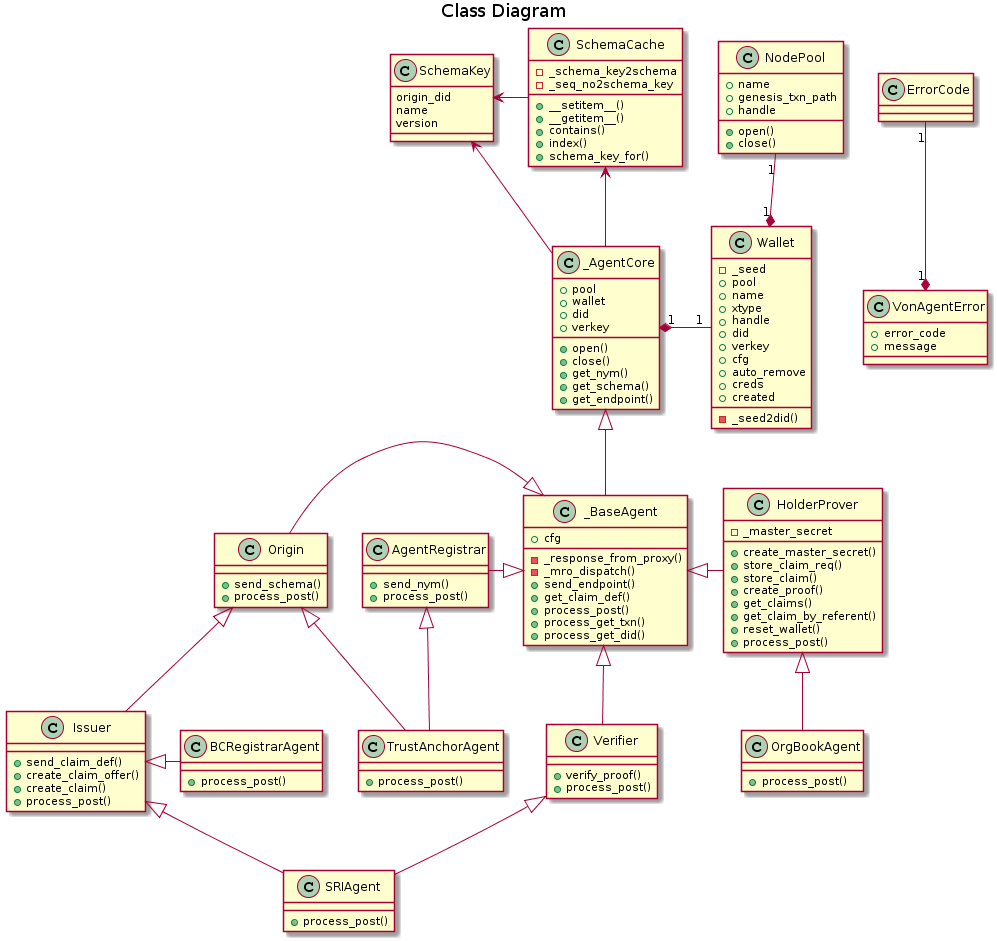
Earlier version of the PlantUML export doc/pic/class.png (PSPC-SPAC-buyandsell/von_base).
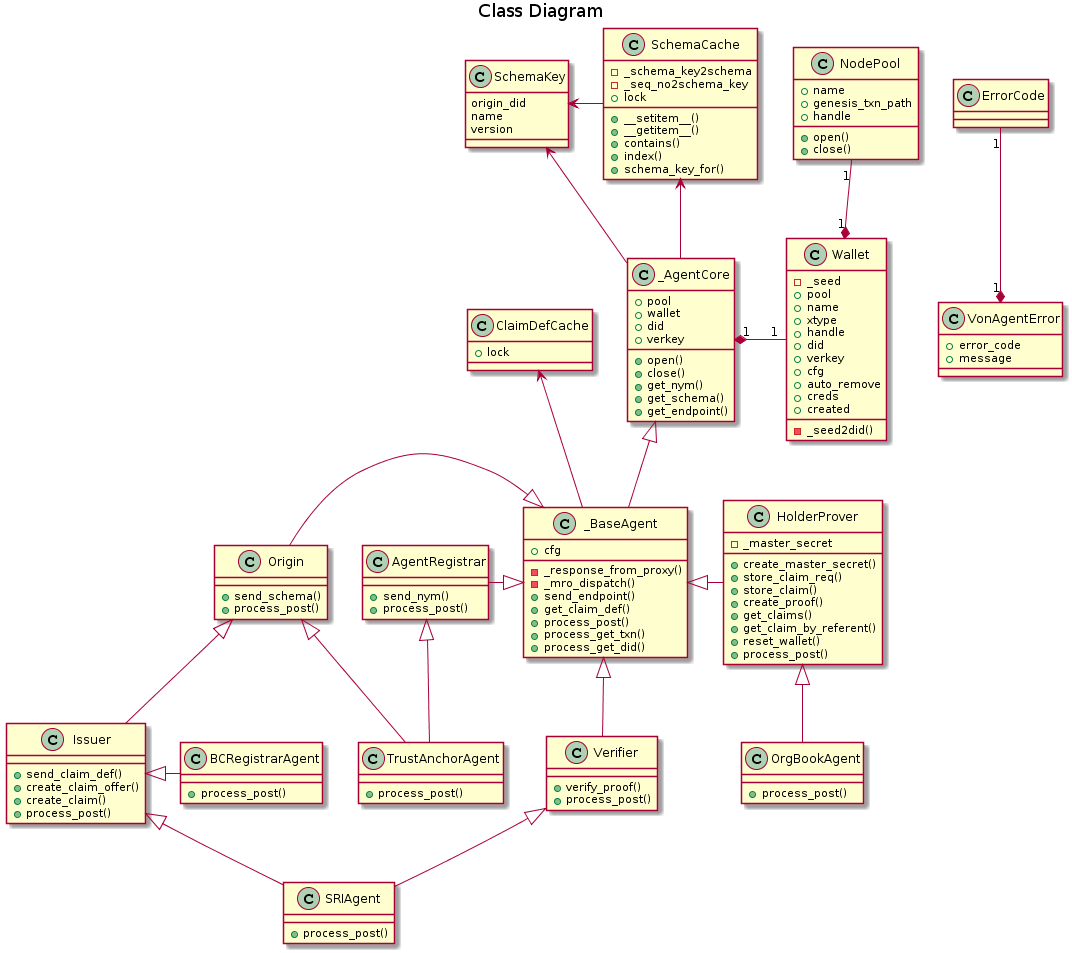
The same diagram one commit later.

Commit message:
class def cache

Diff of the diagram source:
```diff
@@ -19,11 +19,16 @@
 class SchemaCache {
     -_schema_key2schema
     -_seq_no2schema_key
+    +lock
     +__setitem__()
     +__getitem__()
     +contains()
     +index()
     +schema_key_for()
+}
+
+class ClaimDefCache{
+    +lock
 }
 
 class Wallet {
@@ -130,6 +135,7 @@
 _AgentCore "1" *-right- "1" Wallet
 Wallet "1" *-up- "1" NodePool
 
+_BaseAgent -up-> ClaimDefCache
 _AgentCore <|-down- _BaseAgent
 _BaseAgent <|-left- AgentRegistrar
 _BaseAgent <|-left- Origin
```
